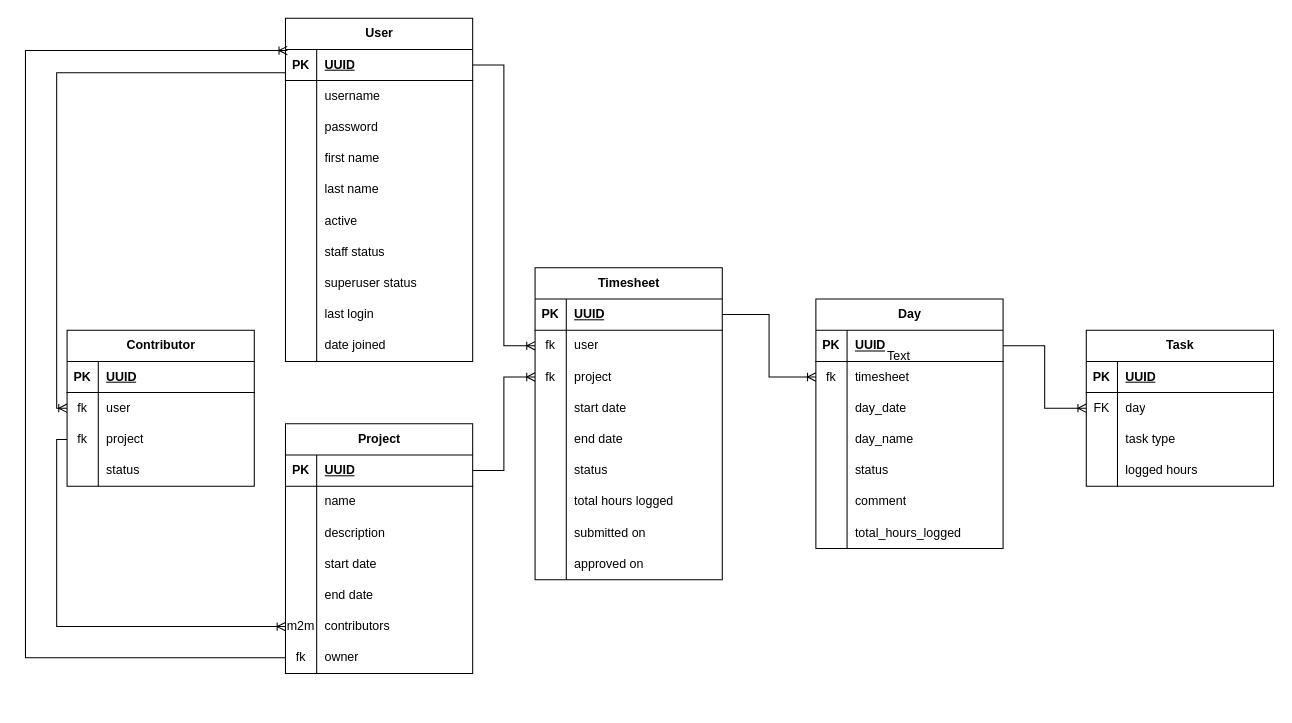
The draw.io diagram documentation/data_model/db_schema.drawio in demetermarcell/ci-yelen-log, before the edit. Source tidied: cells renumbered, new cells numbered last; positions are measured from the earlier drawing's top-left corner, leaving out a move shared by most shapes. Both pictures are drawn from the tidied source at 104%, with x=0, y=0 at pixel (25, 18).
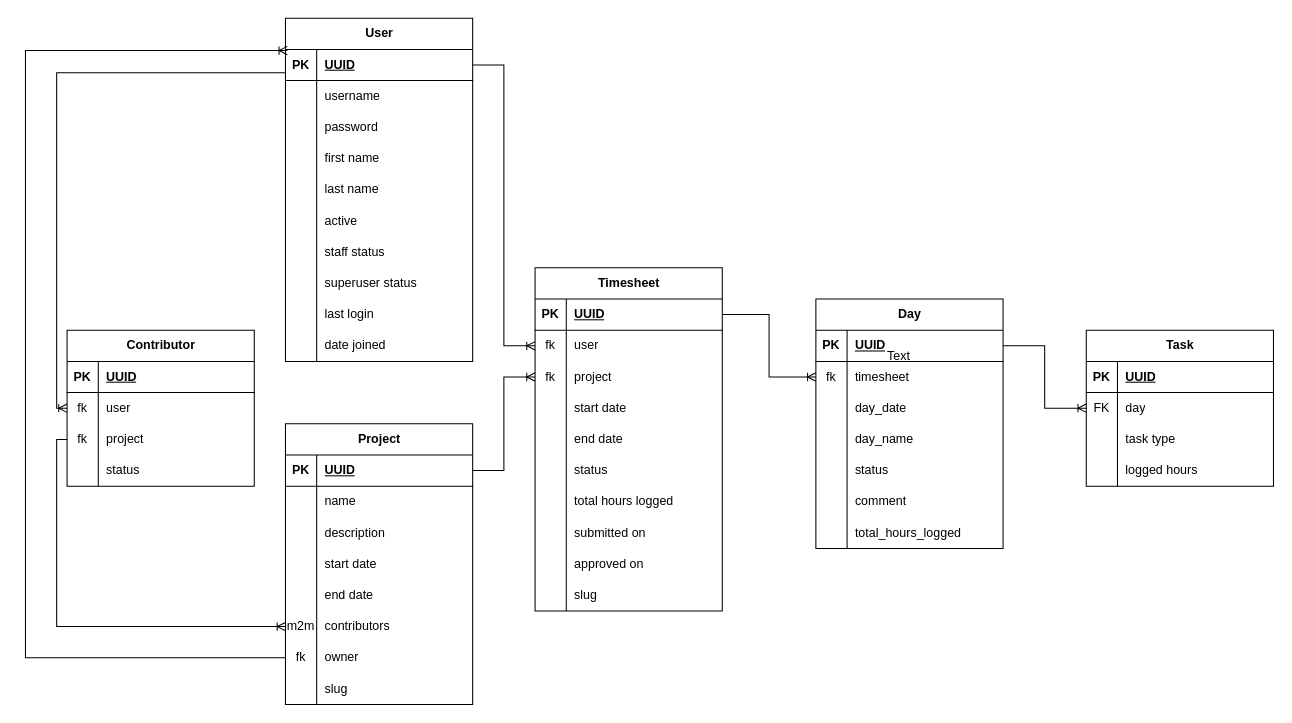
The same page after the edit.

The edit, as a diff of the source:
```diff
@@
     <mxCell id="2" value="Project" style="shape=table;startSize=30;childLayout=tableLayout;rowLines=0;fontStyle=1;align=center;html=1;" parent="1" vertex="1">
-      <mxGeometry x="250" y="390" width="180" height="240" as="geometry" />
+      <mxGeometry x="250" y="390" width="180" height="270" as="geometry" />
     </mxCell>
@@
+    <mxCell id="139" style="shape=tableRow;horizontal=0;startSize=0;swimlaneHead=0;swimlaneBody=0;fillColor=none;top=0;left=0;right=0;bottom=0;" parent="2" vertex="1">
+      <mxGeometry y="240" width="180" height="30" as="geometry" />
+    </mxCell>
+    <mxCell id="140" style="shape=partialRectangle;fillColor=none;top=0;left=0;bottom=0;right=0;overflow=hidden;whiteSpace=wrap;html=1;" parent="139" vertex="1">
+      <mxGeometry width="30" height="30" as="geometry" />
+    </mxCell>
+    <mxCell id="141" value="slug" style="shape=partialRectangle;fillColor=none;top=0;left=0;bottom=0;right=0;align=left;spacingLeft=6;overflow=hidden;whiteSpace=wrap;html=1;" parent="139" vertex="1">
+      <mxGeometry x="30" width="150" height="30" as="geometry" />
+    </mxCell>
@@
     <mxCell id="55" value="Timesheet" style="shape=table;startSize=30;childLayout=tableLayout;rowLines=0;fontStyle=1;align=center;html=1;" parent="1" vertex="1">
-      <mxGeometry x="490" y="240" width="180" height="300" as="geometry" />
+      <mxGeometry x="490" y="240" width="180" height="330" as="geometry" />
     </mxCell>
@@
+    <mxCell id="142" style="shape=tableRow;horizontal=0;startSize=0;swimlaneHead=0;swimlaneBody=0;fillColor=none;top=0;left=0;right=0;bottom=0;" parent="55" vertex="1">
+      <mxGeometry y="300" width="180" height="30" as="geometry" />
+    </mxCell>
+    <mxCell id="143" style="shape=partialRectangle;fillColor=none;top=0;left=0;bottom=0;right=0;overflow=hidden;whiteSpace=wrap;html=1;" parent="142" vertex="1">
+      <mxGeometry width="30" height="30" as="geometry" />
+    </mxCell>
+    <mxCell id="144" value="slug" style="shape=partialRectangle;fillColor=none;top=0;left=0;bottom=0;right=0;align=left;spacingLeft=6;overflow=hidden;whiteSpace=wrap;html=1;" parent="142" vertex="1">
+      <mxGeometry x="30" width="150" height="30" as="geometry" />
+    </mxCell>
```
